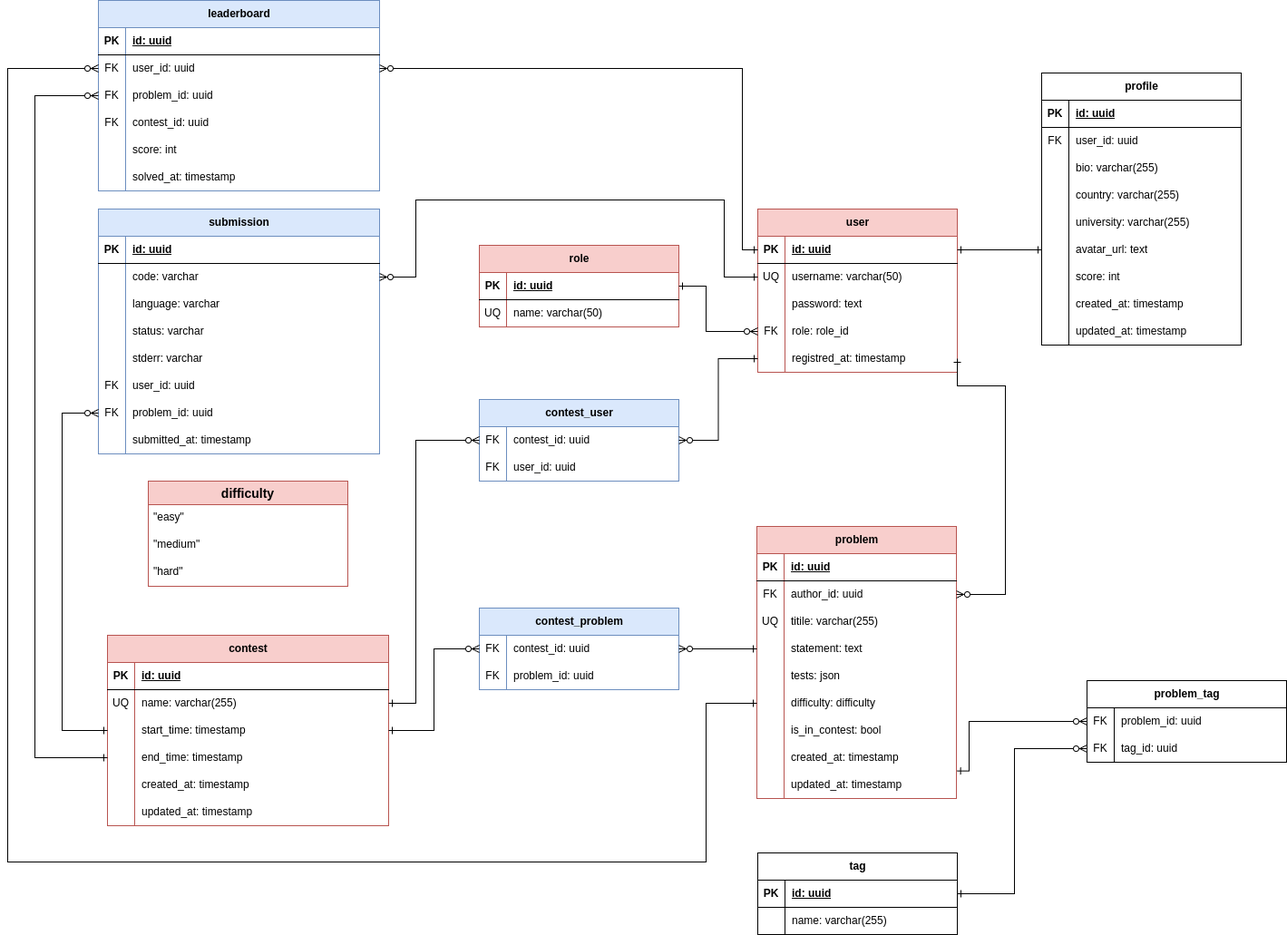
Jduun/contest-platform keeps this draw.io diagram as docs/erd.png. Above is the earlier version. Source tidied: cells renumbered, new cells last; positions are measured from the earlier drawing's top-left corner, leaving out a move shared by most shapes.
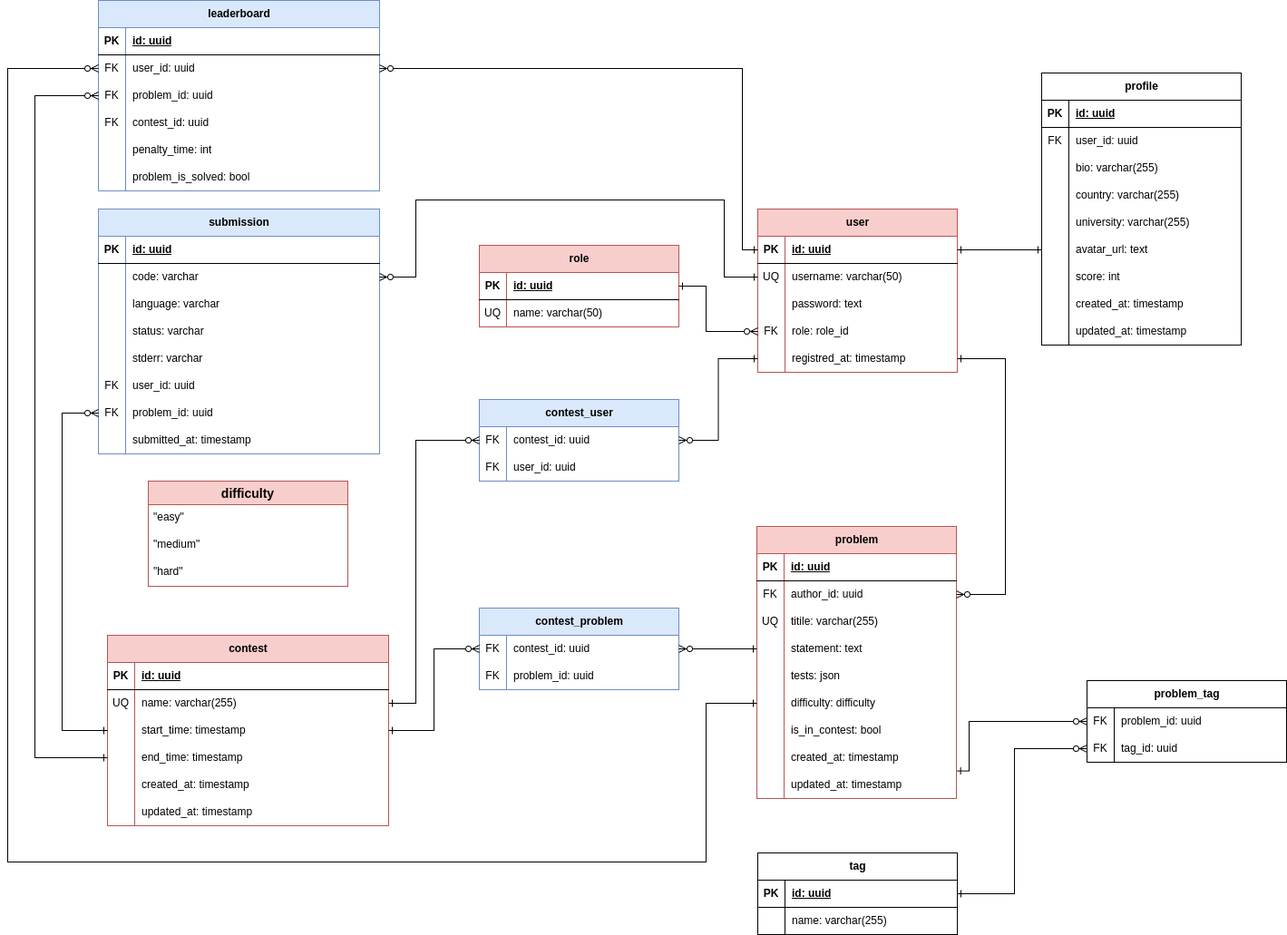
Later version of the same file.

Diff of the diagram source:
```diff
@@ -514,7 +514,7 @@
     <mxCell id="165" style="edgeStyle=orthogonalEdgeStyle;rounded=0;jettySize=auto;html=1;exitX=1;exitY=0.5;exitDx=0;exitDy=0;entryX=1;entryY=0.5;entryDx=0;entryDy=0;startArrow=ERone;startFill=0;endArrow=ERzeroToMany;endFill=0;" parent="1" edge="1" source="15" target="22">
       <mxGeometry relative="1" as="geometry">
         <Array as="points">
-          <mxPoint x="1100" y="425" />
+          <mxPoint x="1100" y="395" />
           <mxPoint x="1100" y="655" />
         </Array>
       </mxGeometry>
@@ -564,7 +564,7 @@
     <mxCell id="180" style="shape=partialRectangle;fillColor=none;top=0;left=0;bottom=0;right=0;overflow=hidden;whiteSpace=wrap;html=1;" parent="179" vertex="1">
       <mxGeometry width="30" height="30" as="geometry" />
     </mxCell>
-    <mxCell id="181" value="score: int" style="shape=partialRectangle;fillColor=none;top=0;left=0;bottom=0;right=0;align=left;spacingLeft=6;overflow=hidden;whiteSpace=wrap;html=1;" parent="179" vertex="1">
+    <mxCell id="181" value="penalty_time: int" style="shape=partialRectangle;fillColor=none;top=0;left=0;bottom=0;right=0;align=left;spacingLeft=6;overflow=hidden;whiteSpace=wrap;html=1;" parent="179" vertex="1">
       <mxGeometry x="30" width="280" height="30" as="geometry" />
     </mxCell>
     <mxCell id="182" style="shape=tableRow;horizontal=0;startSize=0;swimlaneHead=0;swimlaneBody=0;fillColor=none;top=0;left=0;right=0;bottom=0;" parent="166" vertex="1">
@@ -573,7 +573,7 @@
     <mxCell id="183" style="shape=partialRectangle;fillColor=none;top=0;left=0;bottom=0;right=0;overflow=hidden;whiteSpace=wrap;html=1;" parent="182" vertex="1">
       <mxGeometry width="30" height="30" as="geometry" />
     </mxCell>
-    <mxCell id="184" value="solved_at: timestamp" style="shape=partialRectangle;fillColor=none;top=0;left=0;bottom=0;right=0;align=left;spacingLeft=6;overflow=hidden;whiteSpace=wrap;html=1;" parent="182" vertex="1">
+    <mxCell id="184" value="problem_is_solved: bool" style="shape=partialRectangle;fillColor=none;top=0;left=0;bottom=0;right=0;align=left;spacingLeft=6;overflow=hidden;whiteSpace=wrap;html=1;" parent="182" vertex="1">
       <mxGeometry x="30" width="280" height="30" as="geometry" />
     </mxCell>
     <mxCell id="185" style="edgeStyle=orthogonalEdgeStyle;rounded=0;jettySize=auto;html=1;exitX=0;exitY=0.5;exitDx=0;exitDy=0;entryX=1;entryY=0.5;entryDx=0;entryDy=0;startArrow=ERone;startFill=0;endArrow=ERzeroToMany;endFill=0;" parent="1" edge="1" source="6" target="144">
```
